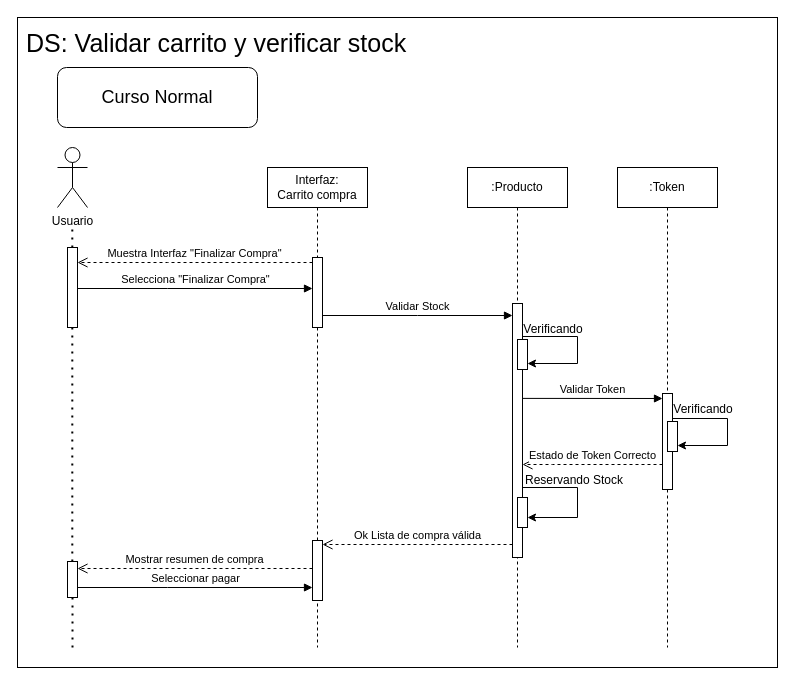
Before: Trabajo de campo/DS_ValidarCarrito_Y_VerificarStock.drawio in Programati/Inge2, a draw.io diagram. Source tidied: cells renumbered, new cells numbered last; positions are measured from the earlier drawing's top-left corner, leaving out a move shared by most shapes. Both pictures are drawn from the tidied source at 100%, with x=0, y=0 at pixel (17, 17).
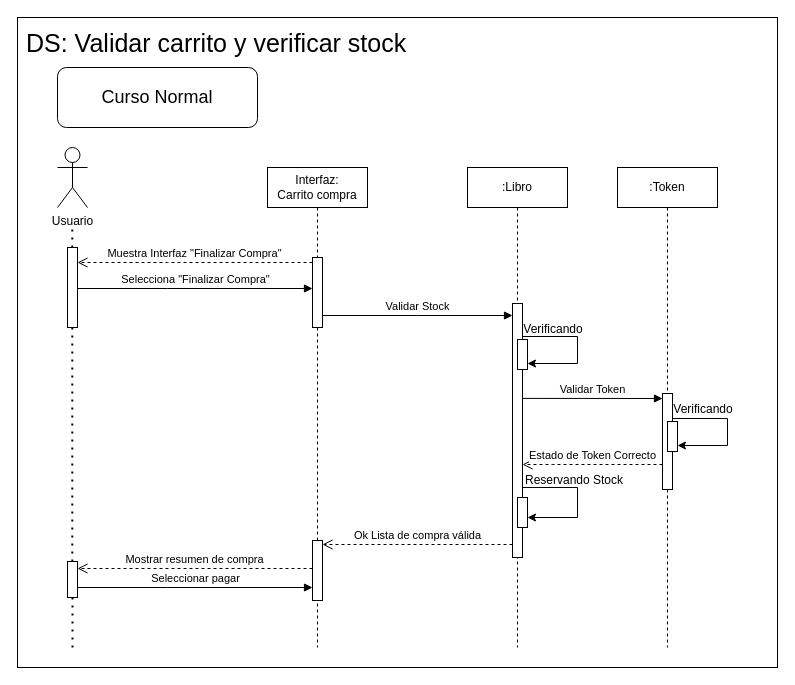
After the change.

The edit, as a diff of the source:
```diff
@@
-    <mxCell id="6" value=":Producto" style="shape=umlLifeline;perimeter=lifelinePerimeter;whiteSpace=wrap;html=1;newEdgeStyle={&quot;edgeStyle&quot;:&quot;elbowEdgeStyle&quot;,&quot;elbow&quot;:&quot;vertical&quot;,&quot;curved&quot;:0,&quot;rounded&quot;:0};" parent="1" vertex="1">
+    <mxCell id="6" value=":Libro" style="shape=umlLifeline;perimeter=lifelinePerimeter;whiteSpace=wrap;html=1;newEdgeStyle={&quot;edgeStyle&quot;:&quot;elbowEdgeStyle&quot;,&quot;elbow&quot;:&quot;vertical&quot;,&quot;curved&quot;:0,&quot;rounded&quot;:0};" parent="1" vertex="1">
       <mxGeometry x="450" y="150" width="100" height="480" as="geometry" />
     </mxCell>
```
